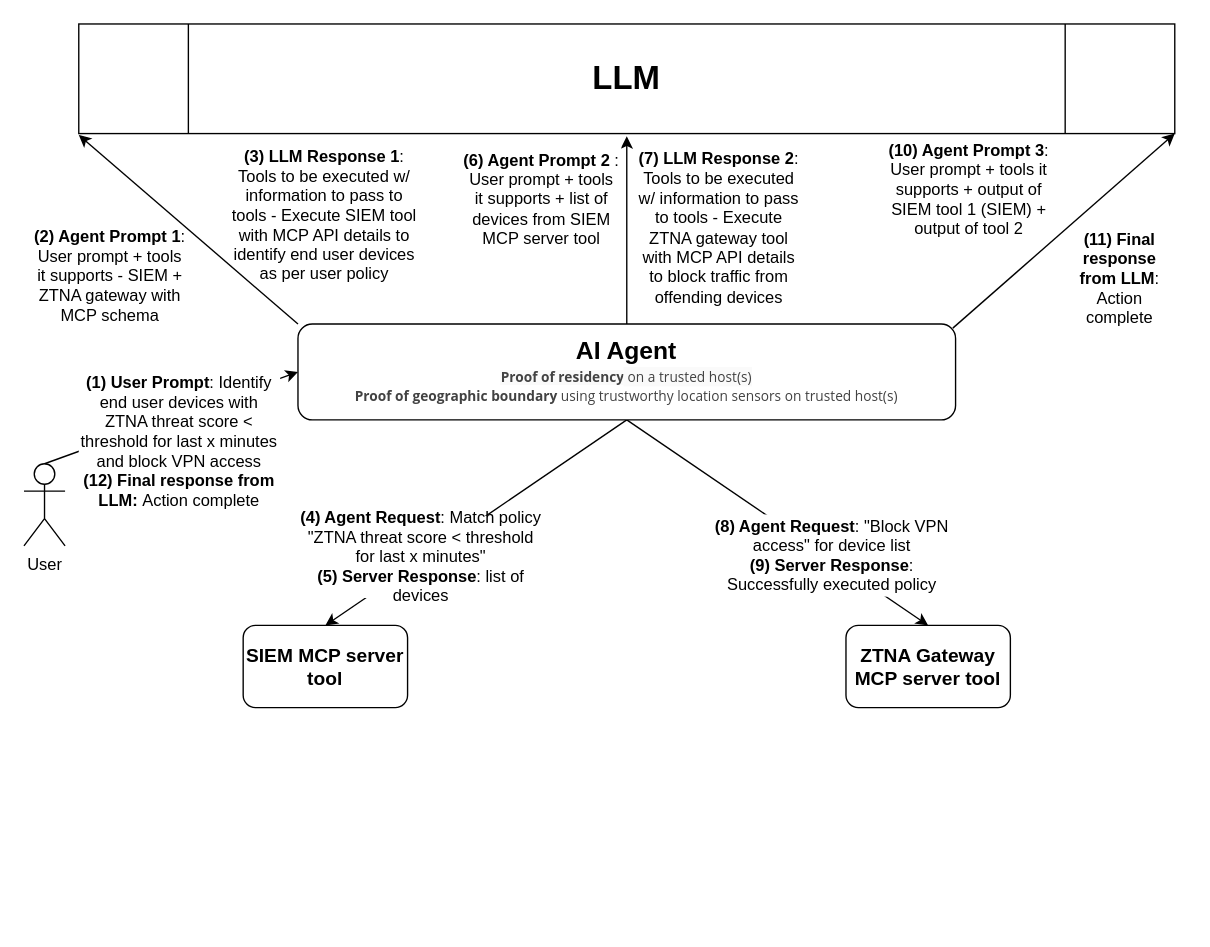
This is pictures/secure-agentic-workflow.drawio from nedmsmith/draft-klspa-wimse-verifiable-geo-fence, a draw.io file, before an edit. Source tidied: cells renumbered, new cells numbered last; positions are measured from the earlier drawing's top-left corner, leaving out a move shared by most shapes. Both pictures are drawn from the tidied source at 137%, with x=0, y=0 at pixel (23, 23).
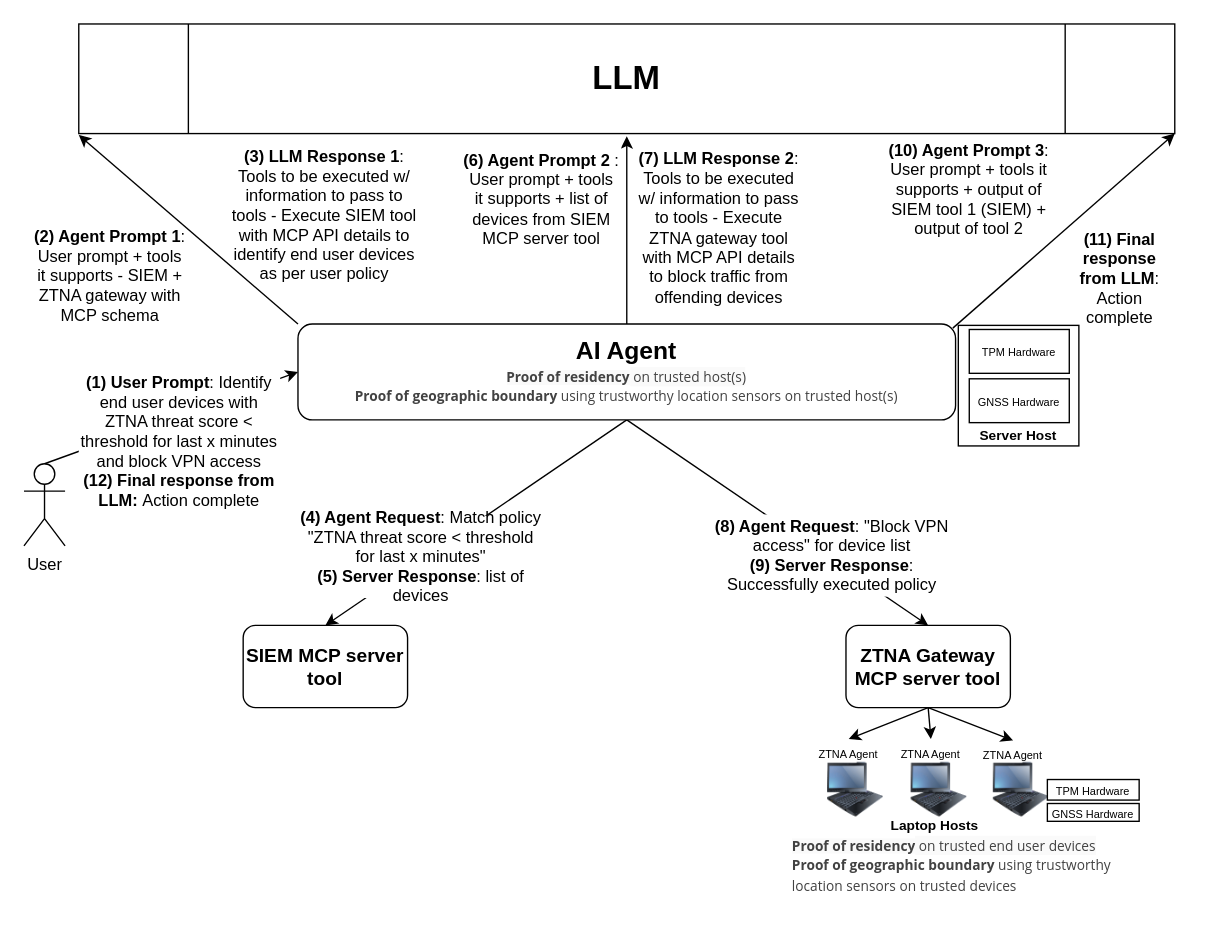
After the change.

The change refers to these unchanged cells:
```xml
<mxCell id="7" value="&lt;b&gt;&lt;font style=&quot;font-size: 14px;&quot;&gt;ZTNA Gateway MCP server tool&lt;/font&gt;&lt;/b&gt;" style="rounded=1;whiteSpace=wrap;html=1;" parent="1" vertex="1">
  <mxGeometry x="600" y="439" width="120" height="60" as="geometry" />
</mxCell>
```

Diff of the diagram source:
```diff
@@
+    <mxCell id="22" value="&lt;div&gt;&lt;font style=&quot;font-size: 10px;&quot;&gt;&lt;br&gt;&lt;/font&gt;&lt;/div&gt;&lt;div&gt;&lt;font style=&quot;font-size: 10px;&quot;&gt;&lt;br&gt;&lt;/font&gt;&lt;/div&gt;&lt;div&gt;&lt;font style=&quot;font-size: 10px;&quot;&gt;&lt;br&gt;&lt;/font&gt;&lt;/div&gt;&lt;div&gt;&lt;font style=&quot;font-size: 10px;&quot;&gt;&lt;br&gt;&lt;/font&gt;&lt;/div&gt;&lt;div&gt;&lt;font style=&quot;font-size: 10px;&quot;&gt;&lt;br&gt;&lt;/font&gt;&lt;/div&gt;&lt;b&gt;&lt;font style=&quot;font-size: 10px;&quot;&gt;Server Host&lt;/font&gt;&lt;/b&gt;" style="whiteSpace=wrap;html=1;" parent="1" vertex="1">
+      <mxGeometry x="682" y="220" width="88" height="88" as="geometry" />
+    </mxCell>
@@
-    <mxCell id="14" value="&lt;b&gt;&lt;font style=&quot;font-size: 18px;&quot;&gt;AI Agent&lt;/font&gt;&lt;/b&gt;&lt;div&gt;&lt;b style=&quot;font-size: 10px; background-color: rgb(250, 250, 250); color: rgb(66, 66, 66); font-family: Aptos, sans-serif; text-align: start;&quot;&gt;&lt;span style=&quot;font-family: &amp;quot;Segoe UI&amp;quot;, sans-serif;&quot;&gt;Proof of residency&lt;/span&gt;&lt;/b&gt;&lt;span style=&quot;font-size: 10px; background-color: rgb(250, 250, 250); color: rgb(66, 66, 66); text-align: start; font-family: &amp;quot;Segoe UI&amp;quot;, sans-serif;&quot;&gt;&amp;nbsp;on a trusted host(s)&lt;/span&gt;&lt;/div&gt;&lt;div&gt;&lt;b style=&quot;color: rgb(66, 66, 66); font-family: Aptos, sans-serif; text-align: start;&quot;&gt;&lt;span style=&quot;font-family: &amp;quot;Segoe UI&amp;quot;, sans-serif;&quot;&gt;&lt;font style=&quot;font-size: 10px;&quot;&gt;Proof of geographic boundary&lt;/font&gt;&lt;/span&gt;&lt;/b&gt;&lt;span style=&quot;color: rgb(66, 66, 66); text-align: start; font-family: &amp;quot;Segoe UI&amp;quot;, sans-serif;&quot;&gt;&lt;font style=&quot;font-size: 10px;&quot;&gt; using trustworthy location sensors on trusted host(s)&lt;/font&gt;&lt;/span&gt;&lt;/div&gt;" style="rounded=1;whiteSpace=wrap;html=1;" parent="1" vertex="1">
+    <mxCell id="14" value="&lt;b&gt;&lt;font style=&quot;font-size: 18px; background-color: light-dark(#ffffff, var(--ge-dark-color, #121212));&quot;&gt;AI Agent&lt;/font&gt;&lt;/b&gt;&lt;div&gt;&lt;span&gt;&lt;b style=&quot;font-size: 10px; color: rgb(66, 66, 66); font-family: Aptos, sans-serif; text-align: start; background-color: rgb(250, 250, 250);&quot;&gt;&lt;span style=&quot;font-family: &amp;quot;Segoe UI&amp;quot;, sans-serif;&quot;&gt;Proof of residency&lt;/span&gt;&lt;/b&gt;&lt;span style=&quot;font-size: 10px; color: rgb(66, 66, 66); text-align: start; font-family: &amp;quot;Segoe UI&amp;quot;, sans-serif; background-color: rgb(250, 250, 250);&quot;&gt;&amp;nbsp;on trusted host(s)&lt;/span&gt;&lt;/span&gt;&lt;/div&gt;&lt;div&gt;&lt;span&gt;&lt;b style=&quot;color: rgb(66, 66, 66); font-family: Aptos, sans-serif; text-align: start;&quot;&gt;&lt;span style=&quot;font-family: &amp;quot;Segoe UI&amp;quot;, sans-serif;&quot;&gt;&lt;font style=&quot;font-size: 10px;&quot;&gt;Proof of geographic boundary&lt;/font&gt;&lt;/span&gt;&lt;/b&gt;&lt;span style=&quot;color: rgb(66, 66, 66); text-align: start; font-family: &amp;quot;Segoe UI&amp;quot;, sans-serif;&quot;&gt;&lt;font style=&quot;font-size: 10px;&quot;&gt;&amp;nbsp;using trustworthy location sensors on trusted host(s)&lt;/font&gt;&lt;/span&gt;&lt;/span&gt;&lt;/div&gt;" style="rounded=1;whiteSpace=wrap;html=1;" parent="1" vertex="1">
       <mxGeometry x="200" y="219" width="480" height="70" as="geometry" />
     </mxCell>
@@
+    <mxCell id="23" style="image;html=1;image=img/lib/clip_art/computers/IBM_Tablet_128x128.png;" parent="1" vertex="1">
+      <mxGeometry x="582" y="539" width="50" height="40" as="geometry" />
+    </mxCell>
+    <mxCell id="24" style="image;html=1;image=img/lib/clip_art/computers/IBM_Tablet_128x128.png;" parent="1" vertex="1">
+      <mxGeometry x="643" y="539" width="50" height="40" as="geometry" />
+    </mxCell>
+    <mxCell id="25" style="image;html=1;image=img/lib/clip_art/computers/IBM_Tablet_128x128.png;" parent="1" vertex="1">
+      <mxGeometry x="703" y="539" width="50" height="40" as="geometry" />
+    </mxCell>
+    <mxCell id="26" value="&lt;font style=&quot;font-size: 8px;&quot;&gt;ZTNA Agent&lt;/font&gt;" style="text;html=1;align=center;verticalAlign=middle;whiteSpace=wrap;rounded=0;" parent="1" vertex="1">
+      <mxGeometry x="577" y="522" width="50" height="20" as="geometry" />
+    </mxCell>
+    <mxCell id="27" value="&lt;font style=&quot;font-size: 8px;&quot;&gt;ZTNA Agent&lt;/font&gt;" style="text;html=1;align=center;verticalAlign=middle;whiteSpace=wrap;rounded=0;" parent="1" vertex="1">
+      <mxGeometry x="637" y="522" width="50" height="20" as="geometry" />
+    </mxCell>
+    <mxCell id="28" value="&lt;font style=&quot;font-size: 8px;&quot;&gt;ZTNA Agent&lt;/font&gt;" style="text;html=1;align=center;verticalAlign=middle;whiteSpace=wrap;rounded=0;" parent="1" vertex="1">
+      <mxGeometry x="697" y="523" width="50" height="20" as="geometry" />
+    </mxCell>
+    <mxCell id="29" style="endArrow=classic;html=1;rounded=0;entryX=0.5;entryY=0;entryDx=0;entryDy=0;exitX=0.5;exitY=1;exitDx=0;exitDy=0;" parent="1" edge="1" source="7" target="26">
+      <mxGeometry relative="1" as="geometry" />
+    </mxCell>
+    <mxCell id="30" style="endArrow=classic;html=1;rounded=0;entryX=0.5;entryY=0;entryDx=0;entryDy=0;" parent="1" edge="1" target="27">
+      <mxGeometry relative="1" as="geometry">
+        <mxPoint x="660" y="499" as="sourcePoint" />
+      </mxGeometry>
+    </mxCell>
+    <mxCell id="31" style="endArrow=classic;html=1;rounded=0;entryX=0.5;entryY=0;entryDx=0;entryDy=0;" parent="1" edge="1" target="28">
+      <mxGeometry relative="1" as="geometry">
+        <mxPoint x="660" y="499" as="sourcePoint" />
+      </mxGeometry>
+    </mxCell>
+    <mxCell id="32" value="&lt;div style=&quot;forced-color-adjust: none; color: rgb(0, 0, 0); font-family: Helvetica; font-size: 12px; font-style: normal; font-variant-ligatures: normal; font-variant-caps: normal; font-weight: 400; letter-spacing: normal; orphans: 2; text-indent: 0px; text-transform: none; widows: 2; word-spacing: 0px; -webkit-text-stroke-width: 0px; white-space: normal; text-decoration-thickness: initial; text-decoration-style: initial; text-decoration-color: initial;&quot;&gt;&lt;b style=&quot;font-size: 10px; color: rgb(66, 66, 66); font-family: Aptos, sans-serif; background-color: rgb(250, 250, 250);&quot;&gt;&lt;span style=&quot;font-family: &amp;quot;Segoe UI&amp;quot;, sans-serif;&quot;&gt;Proof of residency&lt;/span&gt;&lt;/b&gt;&lt;span style=&quot;font-size: 10px; color: rgb(66, 66, 66); text-align: start; font-family: &amp;quot;Segoe UI&amp;quot;, sans-serif; background-color: rgb(250, 250, 250);&quot;&gt;&amp;nbsp;on trusted end user devices&lt;/span&gt;&lt;/div&gt;&lt;div style=&quot;forced-color-adjust: none; color: rgb(0, 0, 0); font-family: Helvetica; font-size: 12px; font-style: normal; font-variant-ligatures: normal; font-variant-caps: normal; font-weight: 400; letter-spacing: normal; orphans: 2; text-indent: 0px; text-transform: none; widows: 2; word-spacing: 0px; -webkit-text-stroke-width: 0px; white-space: normal; text-decoration-thickness: initial; text-decoration-style: initial; text-decoration-color: initial;&quot;&gt;&lt;b style=&quot;background-color: transparent; color: rgb(66, 66, 66); font-family: Aptos, sans-serif;&quot;&gt;&lt;span style=&quot;font-family: &amp;quot;Segoe UI&amp;quot;, sans-serif;&quot;&gt;&lt;font style=&quot;font-size: 10px;&quot;&gt;Proof of geographic boundary&lt;/font&gt;&lt;/span&gt;&lt;/b&gt;&lt;span style=&quot;background-color: transparent; color: rgb(66, 66, 66); text-align: start; font-family: &amp;quot;Segoe UI&amp;quot;, sans-serif;&quot;&gt;&lt;font style=&quot;font-size: 10px;&quot;&gt;&amp;nbsp;using trustworthy location sensors on trusted devices&lt;/font&gt;&lt;/span&gt;&lt;/div&gt;" style="text;whiteSpace=wrap;html=1;" parent="1" vertex="1">
+      <mxGeometry x="559" y="586" width="240" height="70" as="geometry" />
+    </mxCell>
+    <mxCell id="33" value="&lt;font style=&quot;font-size: 8px;&quot;&gt;GNSS Hardware&lt;/font&gt;" style="shape=umlLifeline;perimeter=lifelinePerimeter;whiteSpace=wrap;html=1;newEdgeStyle={&quot;edgeStyle&quot;:&quot;elbowEdgeStyle&quot;,&quot;elbow&quot;:&quot;vertical&quot;,&quot;curved&quot;:0,&quot;rounded&quot;:0};" parent="1" vertex="1">
+      <mxGeometry x="690" y="259" width="73" height="32" as="geometry" />
+    </mxCell>
+    <mxCell id="34" value="&lt;font style=&quot;font-size: 8px;&quot;&gt;TPM Hardware&lt;/font&gt;" style="shape=umlLifeline;perimeter=lifelinePerimeter;whiteSpace=wrap;html=1;newEdgeStyle={&quot;edgeStyle&quot;:&quot;elbowEdgeStyle&quot;,&quot;elbow&quot;:&quot;vertical&quot;,&quot;curved&quot;:0,&quot;rounded&quot;:0};" parent="1" vertex="1">
+      <mxGeometry x="690" y="223" width="73" height="32" as="geometry" />
+    </mxCell>
+    <mxCell id="35" value="&lt;font style=&quot;font-size: 8px;&quot;&gt;GNSS Hardware&lt;/font&gt;" style="shape=umlLifeline;perimeter=lifelinePerimeter;whiteSpace=wrap;html=1;newEdgeStyle={&quot;edgeStyle&quot;:&quot;elbowEdgeStyle&quot;,&quot;elbow&quot;:&quot;vertical&quot;,&quot;curved&quot;:0,&quot;rounded&quot;:0};" parent="1" vertex="1">
+      <mxGeometry x="747" y="569" width="67" height="13" as="geometry" />
+    </mxCell>
+    <mxCell id="36" value="&lt;font style=&quot;font-size: 8px;&quot;&gt;TPM Hardware&lt;/font&gt;" style="shape=umlLifeline;perimeter=lifelinePerimeter;whiteSpace=wrap;html=1;newEdgeStyle={&quot;edgeStyle&quot;:&quot;elbowEdgeStyle&quot;,&quot;elbow&quot;:&quot;vertical&quot;,&quot;curved&quot;:0,&quot;rounded&quot;:0};" parent="1" vertex="1">
+      <mxGeometry x="747" y="551.5" width="67" height="15" as="geometry" />
+    </mxCell>
+    <mxCell id="37" value="&lt;font style=&quot;font-size: 10px;&quot;&gt;&lt;b&gt;Laptop Hosts&lt;/b&gt;&lt;/font&gt;" style="text;html=1;align=center;verticalAlign=middle;whiteSpace=wrap;rounded=0;" parent="1" vertex="1">
+      <mxGeometry x="630" y="570" width="70" height="30" as="geometry" />
+    </mxCell>
```
